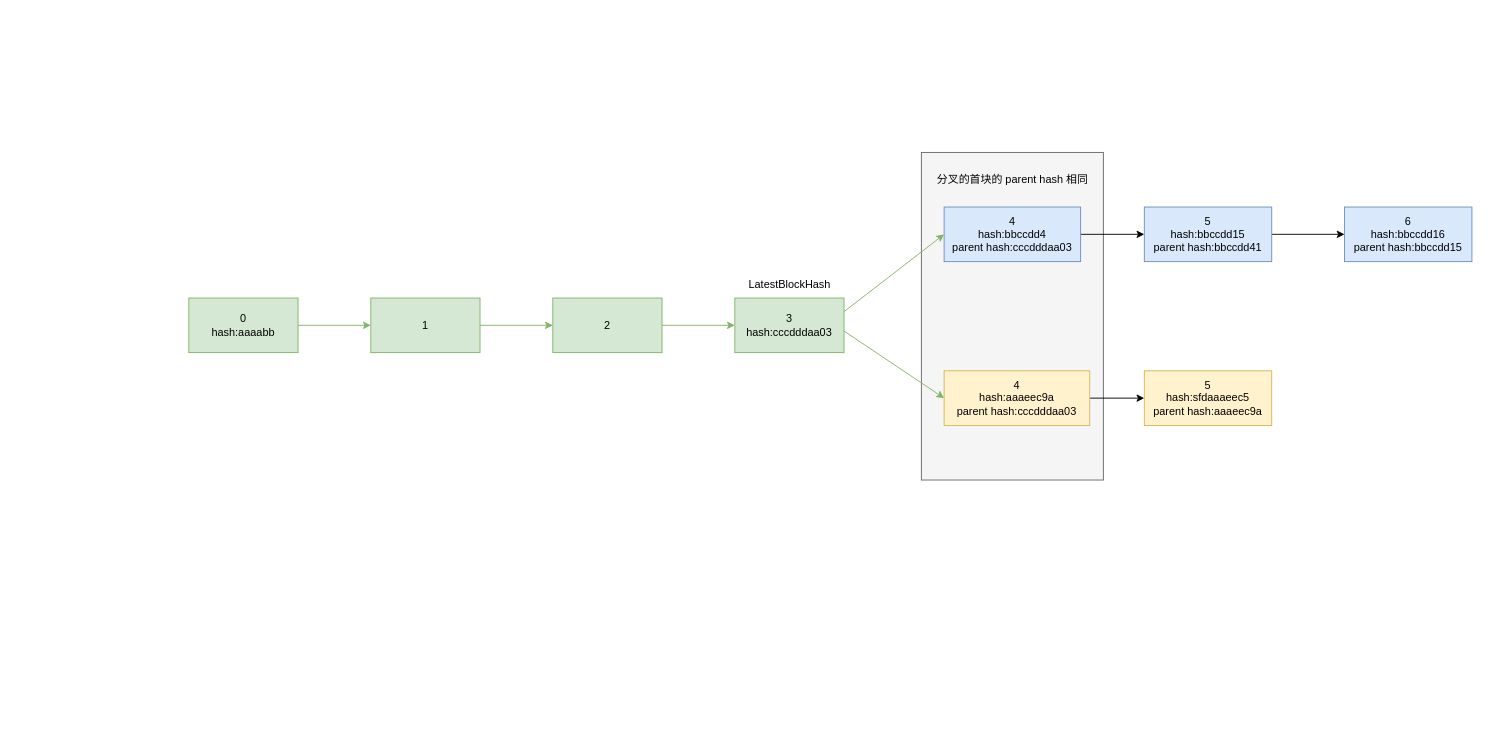
This is drawio/SwitchFork分析.drawio from forfreeday/design, a draw.io file, before an edit. Source tidied: cells renumbered, new cells numbered last; positions are measured from the earlier drawing's top-left corner, leaving out a move shared by most shapes. Both pictures are drawn from the tidied source at 91%, with x=0, y=0 at pixel (188, 152).
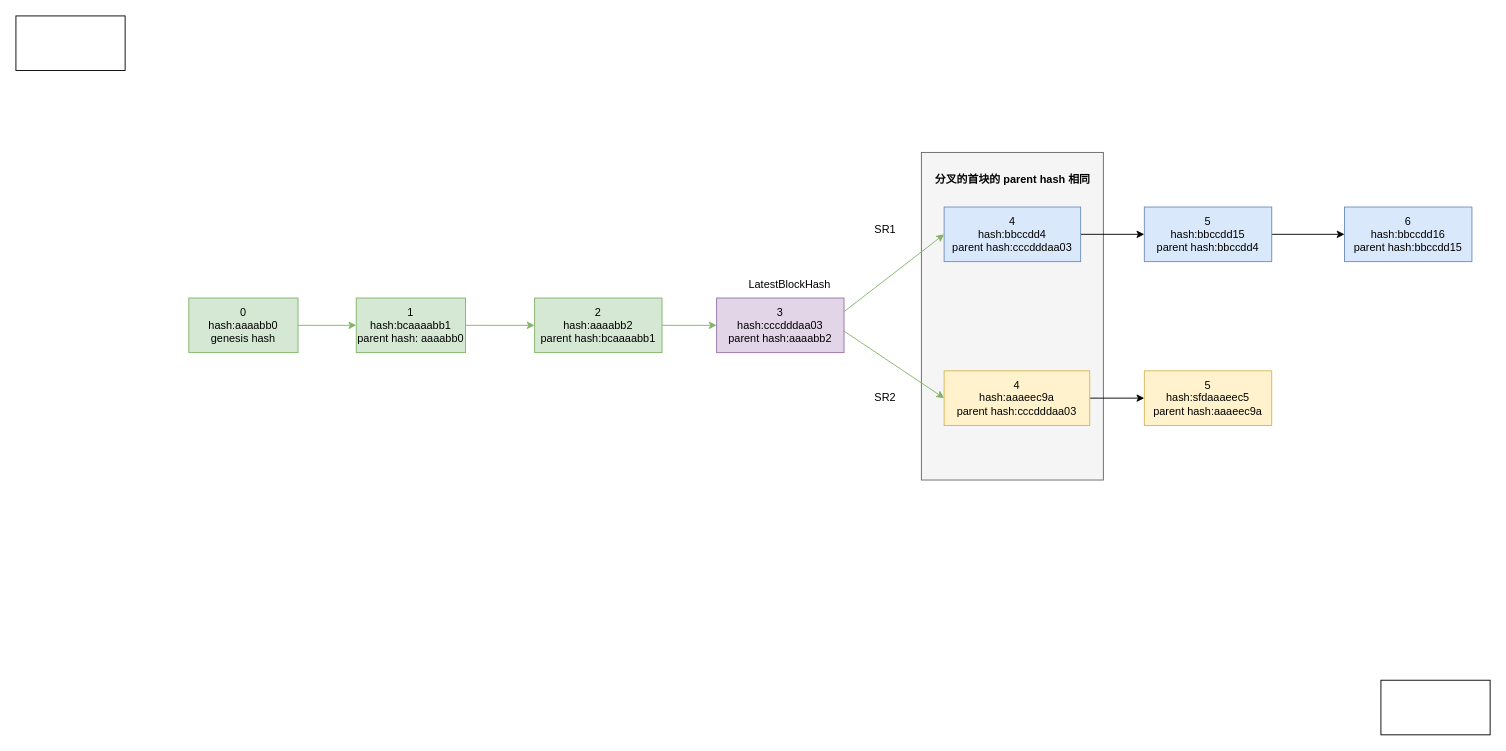
The same diagram, later.

What changed in the source:
```diff
@@
-    <mxCell id="4" value="0&lt;br&gt;hash:aaaabb" style="rounded=0;whiteSpace=wrap;html=1;fillColor=#d5e8d4;strokeColor=#82b366;" parent="1" vertex="1">
+    <mxCell id="4" value="0&lt;br&gt;hash:aaaabb0&lt;br&gt;genesis hash" style="rounded=0;whiteSpace=wrap;html=1;fillColor=#d5e8d4;strokeColor=#82b366;" parent="1" vertex="1">
       <mxGeometry y="160" width="120" height="60" as="geometry" />
     </mxCell>
@@
-    <mxCell id="6" value="1" style="rounded=0;whiteSpace=wrap;html=1;fillColor=#d5e8d4;strokeColor=#82b366;" parent="1" vertex="1">
-      <mxGeometry x="200" y="160" width="120" height="60" as="geometry" />
+    <mxCell id="6" value="1&lt;br&gt;hash:bcaaaabb1&lt;br&gt;parent hash: aaaabb0" style="rounded=0;whiteSpace=wrap;html=1;fillColor=#d5e8d4;strokeColor=#82b366;" parent="1" vertex="1">
+      <mxGeometry x="184" y="160" width="120" height="60" as="geometry" />
     </mxCell>
@@
-    <mxCell id="8" value="2" style="rounded=0;whiteSpace=wrap;html=1;fillColor=#d5e8d4;strokeColor=#82b366;" parent="1" vertex="1">
-      <mxGeometry x="400" y="160" width="120" height="60" as="geometry" />
+    <mxCell id="8" value="2&lt;br&gt;hash:aaaabb2&lt;br&gt;parent hash:bcaaaabb1" style="rounded=0;whiteSpace=wrap;html=1;fillColor=#d5e8d4;strokeColor=#82b366;" parent="1" vertex="1">
+      <mxGeometry x="380" y="160" width="140" height="60" as="geometry" />
     </mxCell>
-    <mxCell id="9" value="3&lt;br&gt;hash:cccdddaa03" style="rounded=0;whiteSpace=wrap;html=1;fillColor=#d5e8d4;strokeColor=#82b366;" parent="1" vertex="1">
-      <mxGeometry x="600" y="160" width="120" height="60" as="geometry" />
+    <mxCell id="9" value="3&lt;br&gt;hash:cccdddaa03&lt;br&gt;parent hash:aaaabb2" style="rounded=0;whiteSpace=wrap;html=1;fillColor=#e1d5e7;strokeColor=#9673a6;" parent="1" vertex="1">
+      <mxGeometry x="580" y="160" width="140" height="60" as="geometry" />
     </mxCell>
@@
-    <mxCell id="17" value="5&lt;br&gt;hash:bbccdd15&lt;br&gt;parent hash:bbccdd41" style="rounded=0;whiteSpace=wrap;html=1;fillColor=#dae8fc;strokeColor=#6c8ebf;" parent="1" vertex="1">
+    <mxCell id="17" value="5&lt;br&gt;hash:bbccdd15&lt;br&gt;parent hash:bbccdd4" style="rounded=0;whiteSpace=wrap;html=1;fillColor=#dae8fc;strokeColor=#6c8ebf;" parent="1" vertex="1">
       <mxGeometry x="1050" y="60" width="140" height="60" as="geometry" />
     </mxCell>
@@
-    <mxCell id="21" value="分叉的首块的 parent hash 相同" style="text;html=1;align=center;verticalAlign=middle;strokeColor=none;fillColor=none;" parent="1" vertex="1">
+    <mxCell id="21" value="&lt;b&gt;分叉的首块的 parent hash 相同&lt;/b&gt;" style="text;html=1;align=center;verticalAlign=middle;strokeColor=none;fillColor=none;" parent="1" vertex="1">
       <mxGeometry x="810" y="15" width="190" height="30" as="geometry" />
     </mxCell>
+    <mxCell id="22" value="SR1" style="text;html=1;align=center;verticalAlign=middle;strokeColor=none;fillColor=none;" parent="1" vertex="1">
+      <mxGeometry x="740" y="70" width="50" height="30" as="geometry" />
+    </mxCell>
+    <mxCell id="23" value="SR2" style="text;html=1;align=center;verticalAlign=middle;strokeColor=none;fillColor=none;" parent="1" vertex="1">
+      <mxGeometry x="740" y="255" width="50" height="30" as="geometry" />
+    </mxCell>
+    <mxCell id="24" style="rounded=0;whiteSpace=wrap;html=1;" parent="1" vertex="1">
+      <mxGeometry x="-190" y="-150" width="120" height="60" as="geometry" />
+    </mxCell>
+    <mxCell id="25" style="rounded=0;whiteSpace=wrap;html=1;" parent="1" vertex="1">
+      <mxGeometry x="1310" y="580" width="120" height="60" as="geometry" />
+    </mxCell>
```
